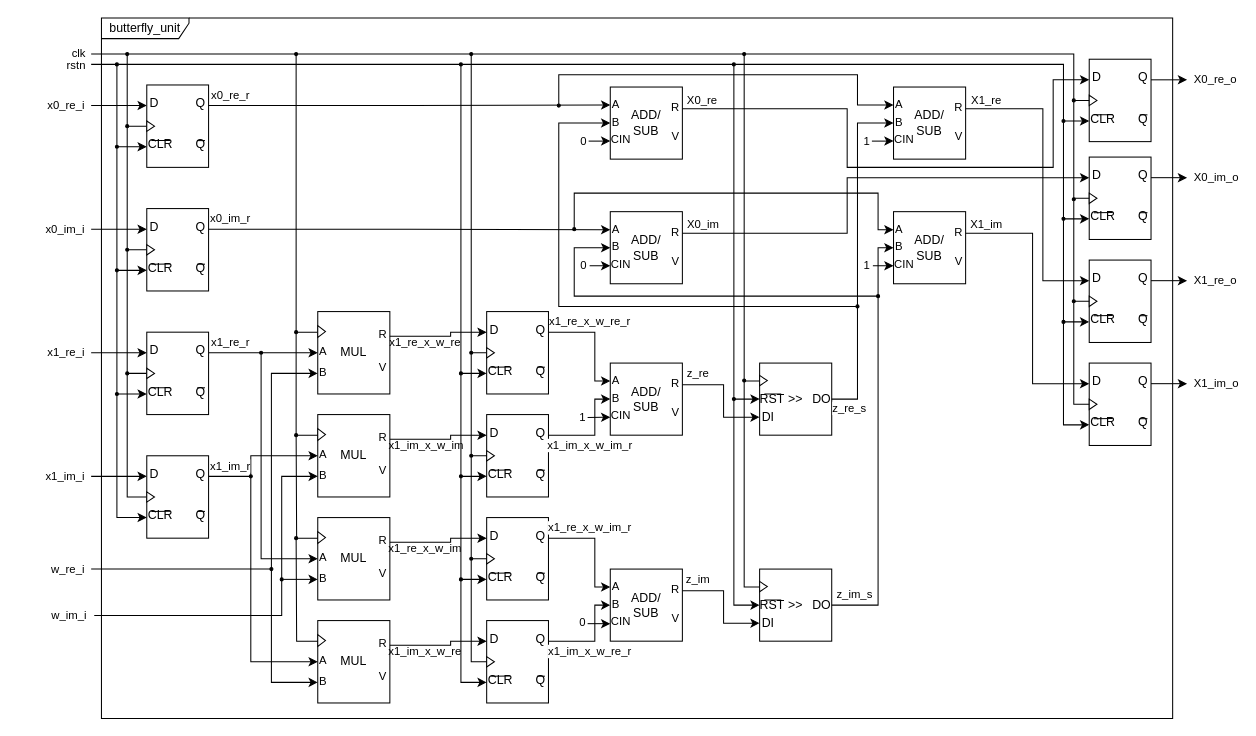
The draw.io diagram 01_doc/03_drawings/01_design/fft/butterfly_unit.drawio in Diogofernandes5/mthesis, before the edit. Source tidied: cells renumbered, new cells numbered last; positions are measured from the earlier drawing's top-left corner, leaving out a move shared by most shapes. Both pictures are drawn from the tidied source at 103%, with x=0, y=0 at pixel (91, 18).
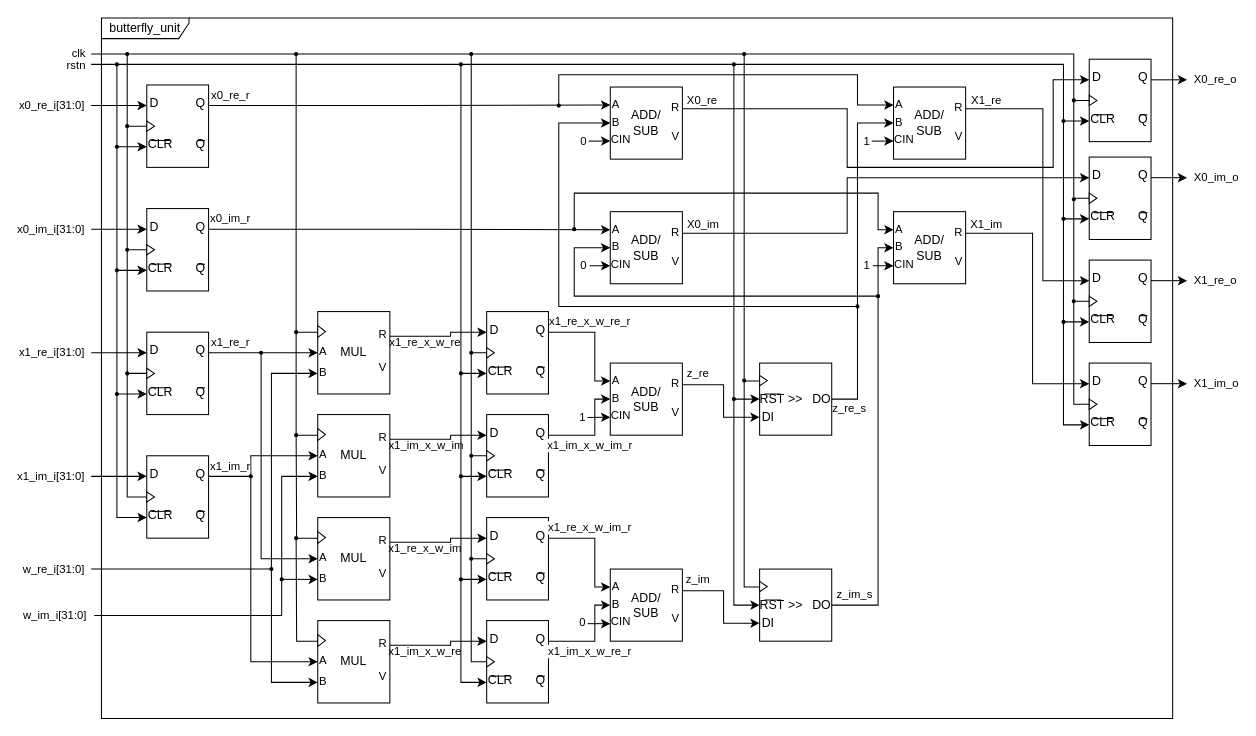
The same diagram, later.

The change refers to these unchanged cells:
```xml
<mxCell id="27" value="&lt;font&gt;MUL&lt;/font&gt;" style="rounded=0;whiteSpace=wrap;html=1;points=[[0,0.25,0,0,0],[0,0.5,0,0,0],[0,0.75,0,0,0],[1,0.3,0,0,0],[1,0.7,0,0,0]];fontFamily=NewsGotT;" parent="26" vertex="1">
  <mxGeometry width="70" height="80" as="geometry" />
</mxCell>
<mxCell id="35" value="&lt;font&gt;MUL&lt;/font&gt;" style="rounded=0;whiteSpace=wrap;html=1;points=[[0,0.25,0,0,0],[0,0.5,0,0,0],[0,0.75,0,0,0],[1,0.3,0,0,0],[1,0.7,0,0,0]];fontFamily=NewsGotT;" parent="34" vertex="1">
  <mxGeometry width="70" height="80" as="geometry" />
</mxCell>
<mxCell id="66" style="whiteSpace=wrap;html=1;verticalAlign=bottom;" parent="65" vertex="1">
  <mxGeometry width="60" height="80" as="geometry" />
</mxCell>
<mxCell id="75" style="whiteSpace=wrap;html=1;verticalAlign=bottom;" parent="74" vertex="1">
  <mxGeometry width="60" height="80" as="geometry" />
</mxCell>
<mxCell id="84" style="whiteSpace=wrap;html=1;verticalAlign=bottom;" parent="83" vertex="1">
  <mxGeometry width="60" height="80" as="geometry" />
</mxCell>
<mxCell id="93" style="whiteSpace=wrap;html=1;verticalAlign=bottom;" parent="92" vertex="1">
  <mxGeometry width="60" height="80" as="geometry" />
</mxCell>
<mxCell id="197" style="edgeStyle=orthogonalEdgeStyle;rounded=0;jettySize=auto;html=1;entryX=0;entryY=0.5;entryDx=0;entryDy=0;entryPerimeter=0;" parent="1" edge="1" source="169" target="184">
  <mxGeometry relative="1" as="geometry">
    <Array as="points">
      <mxPoint x="744" y="370" />
      <mxPoint x="744" y="280" />
      <mxPoint x="454" y="280" />
      <mxPoint x="454" y="102" />
    </Array>
  </mxGeometry>
</mxCell>
```

Change to the diagram source:
```diff
@@
-    <mxCell id="7" value="x0_re_i" style="endArrow=classic;html=1;rounded=0;align=right;entryX=0;entryY=0.25;entryDx=0;entryDy=0;fontFamily=NewsGotT;" parent="1" edge="1" target="66">
+    <mxCell id="7" value="x0_re_i[31:0]" style="endArrow=classic;html=1;rounded=0;align=right;entryX=0;entryY=0.25;entryDx=0;entryDy=0;fontFamily=NewsGotT;" parent="1" edge="1" target="66">
       <mxGeometry x="-1" y="-5" relative="1" as="geometry">
         <mxPoint y="85" as="sourcePoint" />
         <mxPoint x="-5" y="-5" as="offset" />
       </mxGeometry>
     </mxCell>
-    <mxCell id="8" value="x0_im_i" style="endArrow=classic;html=1;rounded=0;entryX=0;entryY=0.25;entryDx=0;entryDy=0;align=right;fontFamily=NewsGotT;" parent="1" edge="1" target="75">
+    <mxCell id="8" value="x0_im_i[31:0]" style="endArrow=classic;html=1;rounded=0;entryX=0;entryY=0.25;entryDx=0;entryDy=0;align=right;fontFamily=NewsGotT;" parent="1" edge="1" target="75">
       <mxGeometry x="-1" y="-5" relative="1" as="geometry">
         <mxPoint y="205" as="sourcePoint" />
         <mxPoint x="-5" y="-5" as="offset" />
       </mxGeometry>
     </mxCell>
-    <mxCell id="9" value="x1_re_i" style="endArrow=classic;html=1;rounded=0;align=right;entryX=0;entryY=0.25;entryDx=0;entryDy=0;fontFamily=NewsGotT;" parent="1" edge="1" target="84">
+    <mxCell id="9" value="x1_re_i[31:0]" style="endArrow=classic;html=1;rounded=0;align=right;entryX=0;entryY=0.25;entryDx=0;entryDy=0;fontFamily=NewsGotT;" parent="1" edge="1" target="84">
       <mxGeometry x="-1" y="-5" relative="1" as="geometry">
         <mxPoint y="325" as="sourcePoint" />
         <mxPoint x="-5" y="-5" as="offset" />
       </mxGeometry>
     </mxCell>
-    <mxCell id="10" value="x1_im_i" style="endArrow=classic;html=1;rounded=0;entryX=0;entryY=0.25;entryDx=0;entryDy=0;align=right;fontFamily=NewsGotT;" parent="1" edge="1" target="93">
+    <mxCell id="10" value="x1_im_i[31:0]" style="endArrow=classic;html=1;rounded=0;entryX=0;entryY=0.25;entryDx=0;entryDy=0;align=right;fontFamily=NewsGotT;" parent="1" edge="1" target="93">
       <mxGeometry x="-1" y="-5" relative="1" as="geometry">
         <mxPoint y="445" as="sourcePoint" />
         <mxPoint x="-5" y="-5" as="offset" />
       </mxGeometry>
     </mxCell>
@@
-    <mxCell id="33" value="w_re_i" style="endArrow=classic;html=1;rounded=0;align=right;fontFamily=NewsGotT;entryX=0;entryY=0.75;entryDx=0;entryDy=0;entryPerimeter=0;edgeStyle=orthogonalEdgeStyle;" parent="1" edge="1" target="27">
+    <mxCell id="33" value="w_re_i[31:0]" style="endArrow=classic;html=1;rounded=0;align=right;fontFamily=NewsGotT;entryX=0;entryY=0.75;entryDx=0;entryDy=0;entryPerimeter=0;edgeStyle=orthogonalEdgeStyle;" parent="1" edge="1" target="27">
       <mxGeometry x="-1" y="5" relative="1" as="geometry">
         <mxPoint y="535" as="sourcePoint" />
         <Array as="points">
           <mxPoint x="175" y="535" />
           <mxPoint x="175" y="345" />
         </Array>
         <mxPoint x="-5" y="5" as="offset" />
       </mxGeometry>
     </mxCell>
@@
-    <mxCell id="42" value="w_im_i" style="endArrow=classic;html=1;rounded=0;align=right;fontFamily=NewsGotT;entryX=0;entryY=0.75;entryDx=0;entryDy=0;entryPerimeter=0;edgeStyle=orthogonalEdgeStyle;" parent="1" edge="1" target="35">
+    <mxCell id="42" value="w_im_i[31:0]" style="endArrow=classic;html=1;rounded=0;align=right;fontFamily=NewsGotT;entryX=0;entryY=0.75;entryDx=0;entryDy=0;entryPerimeter=0;edgeStyle=orthogonalEdgeStyle;" parent="1" edge="1" target="35">
       <mxGeometry x="-0.99" y="-8" relative="1" as="geometry">
         <mxPoint x="3" y="580" as="sourcePoint" />
         <Array as="points">
           <mxPoint x="185" y="580" />
           <mxPoint x="185" y="445" />
         </Array>
         <mxPoint x="-8" y="-8" as="offset" />
       </mxGeometry>
     </mxCell>
@@
-    <mxCell id="198" value="z_re_s" style="edgeLabel;html=1;align=center;verticalAlign=middle;fontFamily=NewsGotT;" parent="197" vertex="1">
+    <mxCell id="198" value="z_re_s" style="edgeLabel;html=1;align=center;verticalAlign=middle;fontFamily=NewsGotT;labelBackgroundColor=none;" parent="197" vertex="1">
       <mxGeometry x="-0.92" relative="1" as="geometry">
         <mxPoint x="-9" y="8" as="offset" />
       </mxGeometry>
     </mxCell>
```
